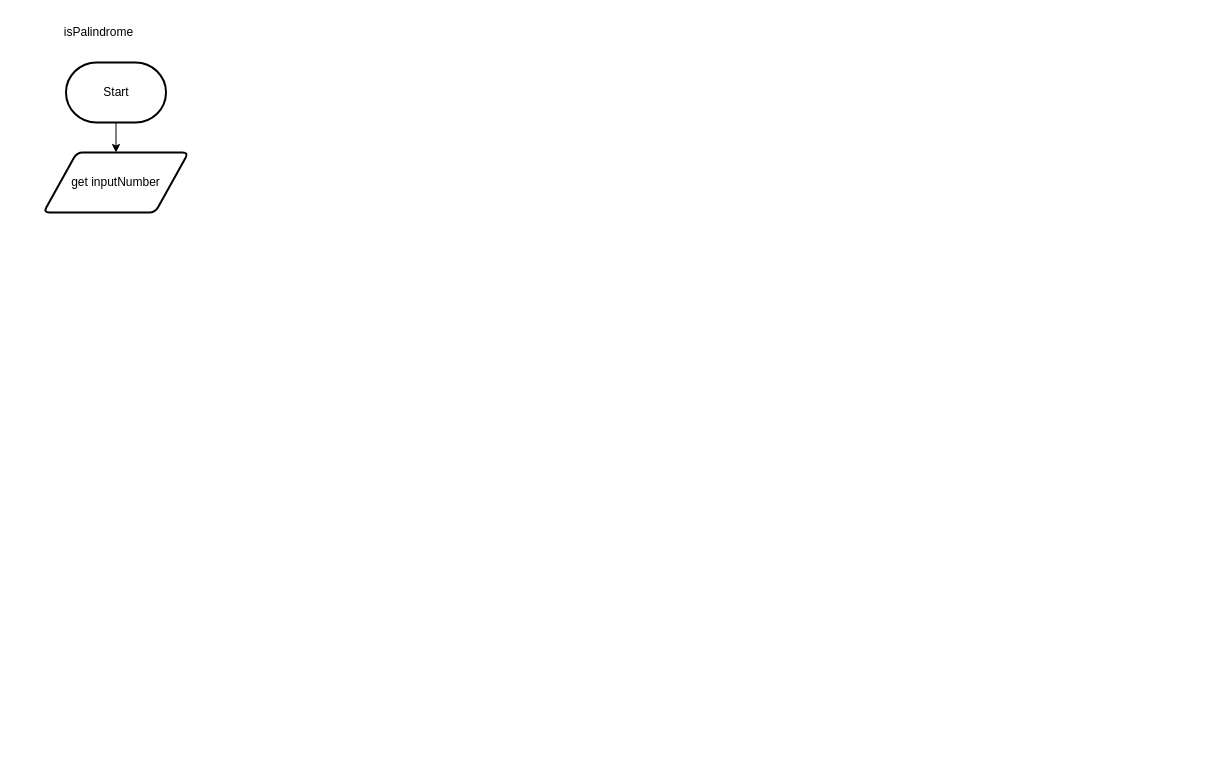
The draw.io diagram design/flowchart.drawio in Kenny-Le-281/ICS4U-Assignment-04-Kenny-Le, before the edit. Source tidied: cells renumbered, new cells numbered last; positions are measured from the earlier drawing's top-left corner, leaving out a move shared by most shapes. Both pictures are drawn from the tidied source at 100%, with x=0, y=0 at pixel (43, 17).
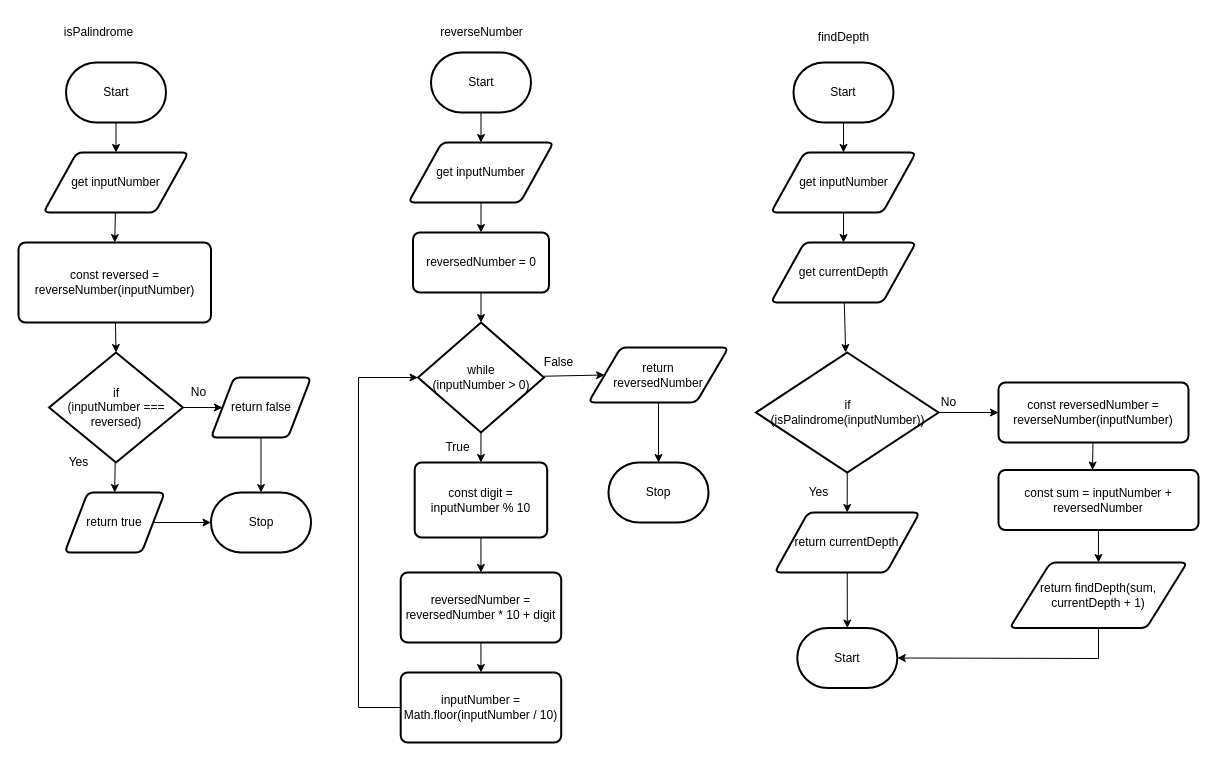
Above is the later version.

Unchanged cells that the change refers to:
```xml
<mxCell id="5" value="get inputNumber" style="shape=parallelogram;html=1;strokeWidth=2;perimeter=parallelogramPerimeter;whiteSpace=wrap;rounded=1;arcSize=12;size=0.23;" parent="1" vertex="1">
  <mxGeometry y="135" width="145" height="60" as="geometry" />
</mxCell>
```

What changed in the source:
```diff
@@
+    <mxCell id="6" style="edgeStyle=none;html=1;entryX=0.5;entryY=0;entryDx=0;entryDy=0;" parent="1" edge="1" source="5" target="8">
+      <mxGeometry relative="1" as="geometry" />
+    </mxCell>
@@
+    <mxCell id="7" style="edgeStyle=none;html=1;entryX=0.5;entryY=0;entryDx=0;entryDy=0;entryPerimeter=0;" parent="1" edge="1" source="8" target="11">
+      <mxGeometry relative="1" as="geometry" />
+    </mxCell>
+    <mxCell id="8" value="const reversed = reverseNumber(inputNumber)" style="rounded=1;whiteSpace=wrap;html=1;absoluteArcSize=1;arcSize=14;strokeWidth=2;" parent="1" vertex="1">
+      <mxGeometry x="-25" y="225" width="192.5" height="80" as="geometry" />
+    </mxCell>
+    <mxCell id="9" style="edgeStyle=none;html=1;entryX=0.5;entryY=0;entryDx=0;entryDy=0;" parent="1" edge="1" source="11" target="13">
+      <mxGeometry relative="1" as="geometry" />
+    </mxCell>
+    <mxCell id="10" style="edgeStyle=none;html=1;exitX=1;exitY=0.5;exitDx=0;exitDy=0;exitPerimeter=0;" parent="1" edge="1" source="11" target="16">
+      <mxGeometry relative="1" as="geometry" />
+    </mxCell>
+    <mxCell id="11" value="if &lt;br&gt;(inputNumber === reversed)" style="strokeWidth=2;html=1;shape=mxgraph.flowchart.decision;whiteSpace=wrap;" parent="1" vertex="1">
+      <mxGeometry x="5.6" y="335" width="133.8" height="110" as="geometry" />
+    </mxCell>
+    <mxCell id="12" style="edgeStyle=none;html=1;entryX=0;entryY=0.5;entryDx=0;entryDy=0;entryPerimeter=0;" parent="1" edge="1" source="13" target="18">
+      <mxGeometry relative="1" as="geometry" />
+    </mxCell>
+    <mxCell id="13" value="return true" style="shape=parallelogram;html=1;strokeWidth=2;perimeter=parallelogramPerimeter;whiteSpace=wrap;rounded=1;arcSize=12;size=0.23;" parent="1" vertex="1">
+      <mxGeometry x="21.2" y="475" width="100" height="60" as="geometry" />
+    </mxCell>
+    <mxCell id="14" value="Yes" style="text;html=1;align=center;verticalAlign=middle;strokeColor=none;fillColor=none;" parent="1" vertex="1">
+      <mxGeometry x="15" y="430" width="40" height="30" as="geometry" />
+    </mxCell>
+    <mxCell id="15" style="edgeStyle=none;html=1;entryX=0.5;entryY=0;entryDx=0;entryDy=0;entryPerimeter=0;" parent="1" edge="1" source="16" target="18">
+      <mxGeometry relative="1" as="geometry" />
+    </mxCell>
+    <mxCell id="16" value="return false" style="shape=parallelogram;html=1;strokeWidth=2;perimeter=parallelogramPerimeter;whiteSpace=wrap;rounded=1;arcSize=12;size=0.23;" parent="1" vertex="1">
+      <mxGeometry x="167.5" y="360" width="100" height="60" as="geometry" />
+    </mxCell>
+    <mxCell id="17" value="No" style="text;html=1;align=center;verticalAlign=middle;strokeColor=none;fillColor=none;" parent="1" vertex="1">
+      <mxGeometry x="135" y="360" width="40" height="30" as="geometry" />
+    </mxCell>
+    <mxCell id="18" value="Stop" style="strokeWidth=2;html=1;shape=mxgraph.flowchart.terminator;whiteSpace=wrap;" parent="1" vertex="1">
+      <mxGeometry x="167.5" y="475" width="100" height="60" as="geometry" />
+    </mxCell>
+    <mxCell id="19" value="reverseNumber" style="text;html=1;align=center;verticalAlign=middle;strokeColor=none;fillColor=none;" parent="1" vertex="1">
+      <mxGeometry x="382.5" width="110" height="30" as="geometry" />
+    </mxCell>
+    <mxCell id="20" style="edgeStyle=none;html=1;entryX=0.5;entryY=0;entryDx=0;entryDy=0;" parent="1" edge="1" source="21" target="25">
+      <mxGeometry relative="1" as="geometry" />
+    </mxCell>
+    <mxCell id="21" value="Start" style="strokeWidth=2;html=1;shape=mxgraph.flowchart.terminator;whiteSpace=wrap;" parent="1" vertex="1">
+      <mxGeometry x="387.5" y="35" width="100" height="60" as="geometry" />
+    </mxCell>
+    <mxCell id="22" style="edgeStyle=none;html=1;entryX=0.5;entryY=0;entryDx=0;entryDy=0;entryPerimeter=0;" parent="1" edge="1" source="23" target="28">
+      <mxGeometry relative="1" as="geometry" />
+    </mxCell>
+    <mxCell id="23" value="reversedNumber = 0" style="rounded=1;whiteSpace=wrap;html=1;absoluteArcSize=1;arcSize=14;strokeWidth=2;" parent="1" vertex="1">
+      <mxGeometry x="369.5" y="215" width="136" height="60" as="geometry" />
+    </mxCell>
+    <mxCell id="24" style="edgeStyle=none;html=1;" parent="1" edge="1" source="25" target="23">
+      <mxGeometry relative="1" as="geometry" />
+    </mxCell>
+    <mxCell id="25" value="get inputNumber" style="shape=parallelogram;html=1;strokeWidth=2;perimeter=parallelogramPerimeter;whiteSpace=wrap;rounded=1;arcSize=12;size=0.23;" parent="1" vertex="1">
+      <mxGeometry x="365" y="125" width="145" height="60" as="geometry" />
+    </mxCell>
+    <mxCell id="26" style="edgeStyle=none;html=1;entryX=0.5;entryY=0;entryDx=0;entryDy=0;" parent="1" edge="1" source="28" target="30">
+      <mxGeometry relative="1" as="geometry" />
+    </mxCell>
+    <mxCell id="27" style="edgeStyle=none;rounded=0;html=1;entryX=0;entryY=0.5;entryDx=0;entryDy=0;" parent="1" edge="1" source="28" target="37">
+      <mxGeometry relative="1" as="geometry" />
+    </mxCell>
+    <mxCell id="28" value="while &lt;br&gt;(inputNumber &amp;gt; 0)" style="strokeWidth=2;html=1;shape=mxgraph.flowchart.decision;whiteSpace=wrap;" parent="1" vertex="1">
+      <mxGeometry x="374.5" y="305" width="126" height="110" as="geometry" />
+    </mxCell>
+    <mxCell id="29" style="edgeStyle=none;html=1;" parent="1" edge="1" source="30" target="33">
+      <mxGeometry relative="1" as="geometry" />
+    </mxCell>
+    <mxCell id="30" value="const digit = inputNumber % 10" style="rounded=1;whiteSpace=wrap;html=1;absoluteArcSize=1;arcSize=14;strokeWidth=2;" parent="1" vertex="1">
+      <mxGeometry x="371.2" y="445" width="132.5" height="75" as="geometry" />
+    </mxCell>
+    <mxCell id="31" value="True" style="text;html=1;align=center;verticalAlign=middle;strokeColor=none;fillColor=none;" parent="1" vertex="1">
+      <mxGeometry x="389" y="415" width="50" height="30" as="geometry" />
+    </mxCell>
+    <mxCell id="32" style="edgeStyle=none;html=1;" parent="1" edge="1" source="33" target="35">
+      <mxGeometry relative="1" as="geometry" />
+    </mxCell>
+    <mxCell id="33" value="reversedNumber = reversedNumber * 10 + digit" style="rounded=1;whiteSpace=wrap;html=1;absoluteArcSize=1;arcSize=14;strokeWidth=2;" parent="1" vertex="1">
+      <mxGeometry x="357.2" y="555" width="160.5" height="70" as="geometry" />
+    </mxCell>
+    <mxCell id="34" style="edgeStyle=none;html=1;entryX=0;entryY=0.5;entryDx=0;entryDy=0;entryPerimeter=0;rounded=0;" parent="1" edge="1" source="35" target="28">
+      <mxGeometry relative="1" as="geometry">
+        <Array as="points">
+          <mxPoint x="315" y="690" />
+          <mxPoint x="315" y="360" />
+        </Array>
+      </mxGeometry>
+    </mxCell>
+    <mxCell id="35" value="inputNumber = Math.floor(inputNumber / 10)" style="rounded=1;whiteSpace=wrap;html=1;absoluteArcSize=1;arcSize=14;strokeWidth=2;" parent="1" vertex="1">
+      <mxGeometry x="357.2" y="655" width="160.5" height="70" as="geometry" />
+    </mxCell>
+    <mxCell id="36" style="edgeStyle=none;rounded=0;html=1;entryX=0.5;entryY=0;entryDx=0;entryDy=0;entryPerimeter=0;" parent="1" edge="1" source="37" target="38">
+      <mxGeometry relative="1" as="geometry" />
+    </mxCell>
+    <mxCell id="37" value="return &lt;br&gt;reversedNumber" style="shape=parallelogram;html=1;strokeWidth=2;perimeter=parallelogramPerimeter;whiteSpace=wrap;rounded=1;arcSize=12;size=0.23;" parent="1" vertex="1">
+      <mxGeometry x="545" y="330" width="140" height="55" as="geometry" />
+    </mxCell>
+    <mxCell id="38" value="Stop" style="strokeWidth=2;html=1;shape=mxgraph.flowchart.terminator;whiteSpace=wrap;" parent="1" vertex="1">
+      <mxGeometry x="565" y="445" width="100" height="60" as="geometry" />
+    </mxCell>
+    <mxCell id="39" value="False" style="text;html=1;align=center;verticalAlign=middle;strokeColor=none;fillColor=none;" parent="1" vertex="1">
+      <mxGeometry x="490" y="330" width="50" height="30" as="geometry" />
+    </mxCell>
+    <mxCell id="40" value="findDepth" style="text;html=1;align=center;verticalAlign=middle;strokeColor=none;fillColor=none;" parent="1" vertex="1">
+      <mxGeometry x="765" y="5" width="70" height="30" as="geometry" />
+    </mxCell>
+    <mxCell id="41" style="edgeStyle=none;rounded=0;html=1;entryX=0.5;entryY=0;entryDx=0;entryDy=0;" parent="1" edge="1" source="42" target="44">
+      <mxGeometry relative="1" as="geometry" />
+    </mxCell>
+    <mxCell id="42" value="Start" style="strokeWidth=2;html=1;shape=mxgraph.flowchart.terminator;whiteSpace=wrap;" parent="1" vertex="1">
+      <mxGeometry x="750" y="45" width="100" height="60" as="geometry" />
+    </mxCell>
+    <mxCell id="43" style="edgeStyle=none;rounded=0;html=1;entryX=0.5;entryY=0;entryDx=0;entryDy=0;" parent="1" edge="1" source="44" target="46">
+      <mxGeometry relative="1" as="geometry" />
+    </mxCell>
+    <mxCell id="44" value="get inputNumber" style="shape=parallelogram;html=1;strokeWidth=2;perimeter=parallelogramPerimeter;whiteSpace=wrap;rounded=1;arcSize=12;size=0.23;" parent="1" vertex="1">
+      <mxGeometry x="727.5" y="135" width="145" height="60" as="geometry" />
+    </mxCell>
+    <mxCell id="45" style="edgeStyle=none;rounded=0;html=1;" parent="1" edge="1" source="46" target="49">
+      <mxGeometry relative="1" as="geometry" />
+    </mxCell>
+    <mxCell id="46" value="get currentDepth" style="shape=parallelogram;html=1;strokeWidth=2;perimeter=parallelogramPerimeter;whiteSpace=wrap;rounded=1;arcSize=12;size=0.23;" parent="1" vertex="1">
+      <mxGeometry x="727.5" y="225" width="145" height="60" as="geometry" />
+    </mxCell>
+    <mxCell id="47" style="edgeStyle=none;rounded=0;html=1;entryX=0.5;entryY=0;entryDx=0;entryDy=0;" parent="1" edge="1" source="49" target="51">
+      <mxGeometry relative="1" as="geometry" />
+    </mxCell>
+    <mxCell id="48" style="edgeStyle=none;rounded=0;html=1;entryX=0;entryY=0.5;entryDx=0;entryDy=0;" parent="1" edge="1" source="49" target="54">
+      <mxGeometry relative="1" as="geometry" />
+    </mxCell>
+    <mxCell id="49" value="if &lt;br&gt;(isPalindrome(inputNumber))" style="strokeWidth=2;html=1;shape=mxgraph.flowchart.decision;whiteSpace=wrap;" parent="1" vertex="1">
+      <mxGeometry x="712.5" y="335" width="182.5" height="120" as="geometry" />
+    </mxCell>
+    <mxCell id="50" style="edgeStyle=none;rounded=0;html=1;entryX=0.5;entryY=0;entryDx=0;entryDy=0;entryPerimeter=0;" parent="1" edge="1" source="51" target="60">
+      <mxGeometry relative="1" as="geometry" />
+    </mxCell>
+    <mxCell id="51" value="return currentDepth" style="shape=parallelogram;html=1;strokeWidth=2;perimeter=parallelogramPerimeter;whiteSpace=wrap;rounded=1;arcSize=12;size=0.23;" parent="1" vertex="1">
+      <mxGeometry x="731.2" y="495" width="145" height="60" as="geometry" />
+    </mxCell>
+    <mxCell id="52" value="Yes" style="text;html=1;align=center;verticalAlign=middle;strokeColor=none;fillColor=none;" parent="1" vertex="1">
+      <mxGeometry x="755" y="460" width="40" height="30" as="geometry" />
+    </mxCell>
+    <mxCell id="53" style="edgeStyle=none;rounded=0;html=1;entryX=0.47;entryY=0;entryDx=0;entryDy=0;entryPerimeter=0;" parent="1" edge="1" source="54" target="57">
+      <mxGeometry relative="1" as="geometry" />
+    </mxCell>
+    <mxCell id="54" value="const reversedNumber = reverseNumber(inputNumber)" style="rounded=1;whiteSpace=wrap;html=1;absoluteArcSize=1;arcSize=14;strokeWidth=2;" parent="1" vertex="1">
+      <mxGeometry x="955" y="365" width="190" height="60" as="geometry" />
+    </mxCell>
+    <mxCell id="55" value="No" style="text;html=1;align=center;verticalAlign=middle;strokeColor=none;fillColor=none;" parent="1" vertex="1">
+      <mxGeometry x="885" y="370" width="40" height="30" as="geometry" />
+    </mxCell>
+    <mxCell id="56" style="edgeStyle=none;rounded=0;html=1;entryX=0.5;entryY=0;entryDx=0;entryDy=0;" parent="1" edge="1" source="57" target="59">
+      <mxGeometry relative="1" as="geometry" />
+    </mxCell>
+    <mxCell id="57" value="const sum = inputNumber + reversedNumber" style="rounded=1;whiteSpace=wrap;html=1;absoluteArcSize=1;arcSize=14;strokeWidth=2;" parent="1" vertex="1">
+      <mxGeometry x="955" y="452.5" width="200" height="60" as="geometry" />
+    </mxCell>
+    <mxCell id="58" style="edgeStyle=none;rounded=0;html=1;entryX=1;entryY=0.5;entryDx=0;entryDy=0;entryPerimeter=0;" parent="1" edge="1" source="59" target="60">
+      <mxGeometry relative="1" as="geometry">
+        <Array as="points">
+          <mxPoint x="1055" y="641" />
+        </Array>
+      </mxGeometry>
+    </mxCell>
+    <mxCell id="59" value="return findDepth(sum, currentDepth + 1)" style="shape=parallelogram;html=1;strokeWidth=2;perimeter=parallelogramPerimeter;whiteSpace=wrap;rounded=1;arcSize=12;size=0.23;" parent="1" vertex="1">
+      <mxGeometry x="966.2" y="545" width="177.5" height="65.5" as="geometry" />
+    </mxCell>
+    <mxCell id="60" value="Start" style="strokeWidth=2;html=1;shape=mxgraph.flowchart.terminator;whiteSpace=wrap;" parent="1" vertex="1">
+      <mxGeometry x="753.8" y="610.5" width="100" height="60" as="geometry" />
+    </mxCell>
```
